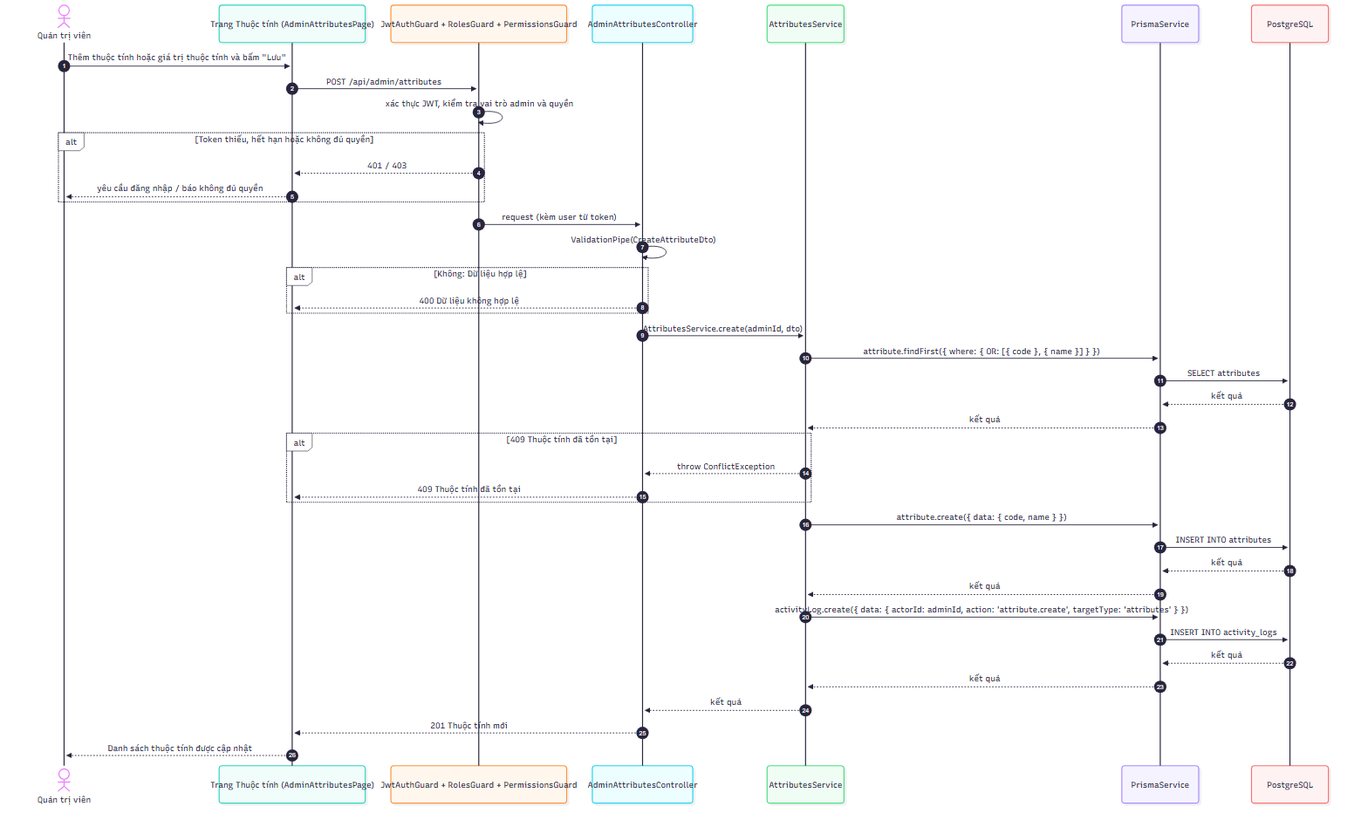
2431540234-arch/XDUDTMDT keeps this Mermaid diagram as docs/diagrams/png/sequence_UC-ADM-08_quan-ly-thuoc-tinh-va-gia-tri-thuoc-tinh.png. Above is the earlier version. Its source is kept beside it as docs/diagrams/src/sequence_UC-ADM-08_quan-ly-thuoc-tinh-va-gia-tri-thuoc-tinh.mmd. The source it was exported from:
```mermaid
sequenceDiagram
    autonumber
    actor A as Quản trị viên
    participant FE as Trang Thuộc tính (AdminAttributesPage)
    participant G as JwtAuthGuard + RolesGuard + PermissionsGuard
    participant C as AdminAttributesController
    participant S as AttributesService
    participant P as PrismaService
    participant D as PostgreSQL
    A->>FE: Thêm thuộc tính hoặc giá trị thuộc tính và bấm "Lưu"
    FE->>G: POST /api/admin/attributes
    G->>G: xác thực JWT, kiểm tra vai trò admin và quyền
    alt Token thiếu, hết hạn hoặc không đủ quyền
        G-->>FE: 401 / 403
        FE-->>A: yêu cầu đăng nhập / báo không đủ quyền
    end
    G->>C: request (kèm user từ token)
    C->>C: ValidationPipe(CreateAttributeDto)
    alt Không: Dữ liệu hợp lệ
        C-->>FE: 400 Dữ liệu không hợp lệ
    end
    C->>S: AttributesService.create(adminId, dto)
    S->>P: attribute.findFirst({ where: { OR: [{ code }, { name }] } })
    P->>D: SELECT attributes
    D-->>P: kết quả
    P-->>S: kết quả
    alt 409 Thuộc tính đã tồn tại
        S-->>C: throw ConflictException
        C-->>FE: 409 Thuộc tính đã tồn tại
    end
    S->>P: attribute.create({ data: { code, name } })
    P->>D: INSERT INTO attributes
    D-->>P: kết quả
    P-->>S: kết quả
    S->>P: activityLog.create({ data: { actorId: adminId, action: 'attribute.create', targetType: 'attributes' } })
    P->>D: INSERT INTO activity_logs
    D-->>P: kết quả
    P-->>S: kết quả
    S-->>C: kết quả
    C-->>FE: 201 Thuộc tính mới
    FE-->>A: Danh sách thuộc tính được cập nhật
```
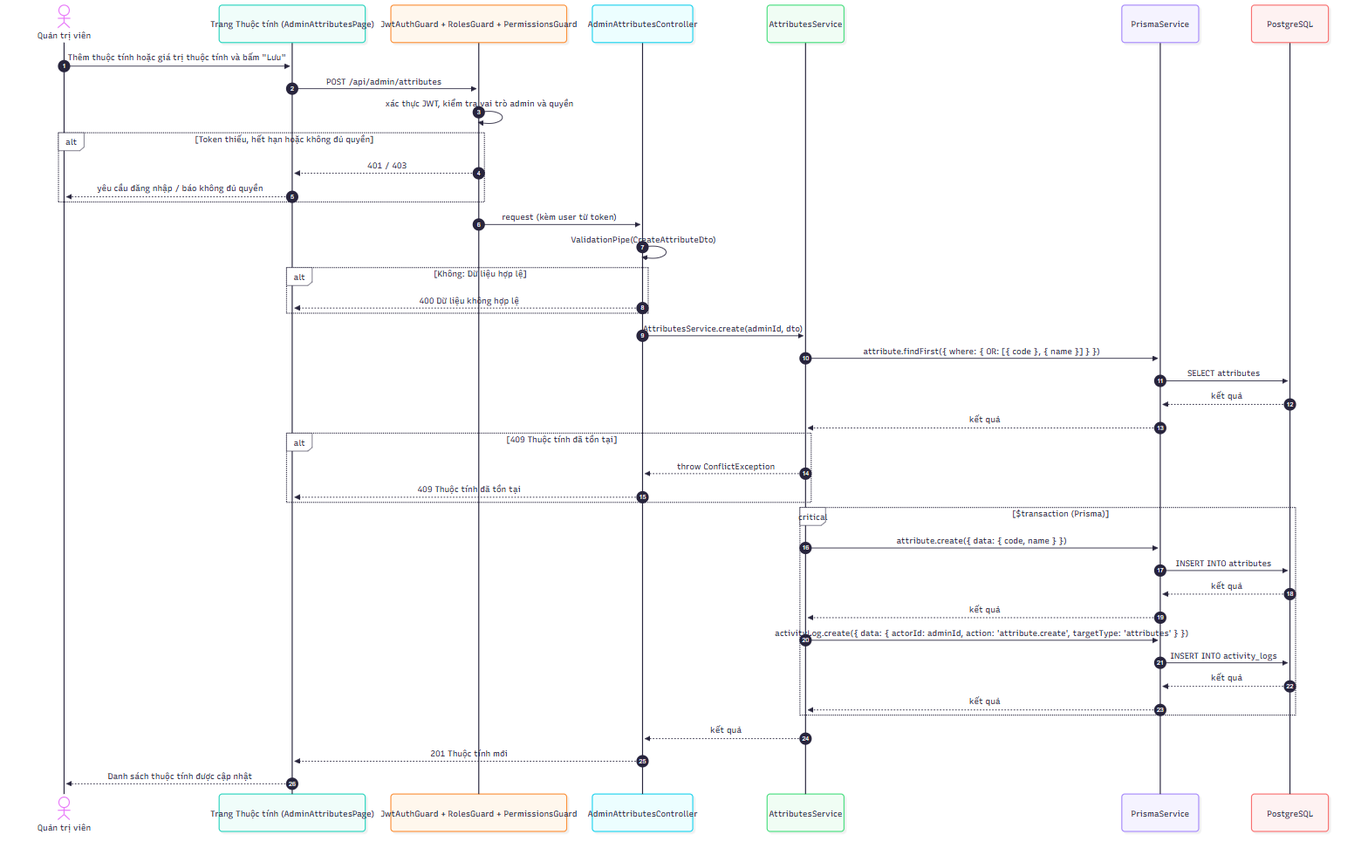
After the commit.

What changed in the source:
```diff
@@ -28,14 +28,16 @@
         S-->>C: throw ConflictException
         C-->>FE: 409 Thuộc tính đã tồn tại
     end
-    S->>P: attribute.create({ data: { code, name } })
-    P->>D: INSERT INTO attributes
-    D-->>P: kết quả
-    P-->>S: kết quả
-    S->>P: activityLog.create({ data: { actorId: adminId, action: 'attribute.create', targetType: 'attributes' } })
-    P->>D: INSERT INTO activity_logs
-    D-->>P: kết quả
-    P-->>S: kết quả
+    critical $transaction (Prisma)
+        S->>P: attribute.create({ data: { code, name } })
+        P->>D: INSERT INTO attributes
+        D-->>P: kết quả
+        P-->>S: kết quả
+        S->>P: activityLog.create({ data: { actorId: adminId, action: 'attribute.create', targetType: 'attributes' } })
+        P->>D: INSERT INTO activity_logs
+        D-->>P: kết quả
+        P-->>S: kết quả
+    end
     S-->>C: kết quả
     C-->>FE: 201 Thuộc tính mới
     FE-->>A: Danh sách thuộc tính được cập nhật
```
